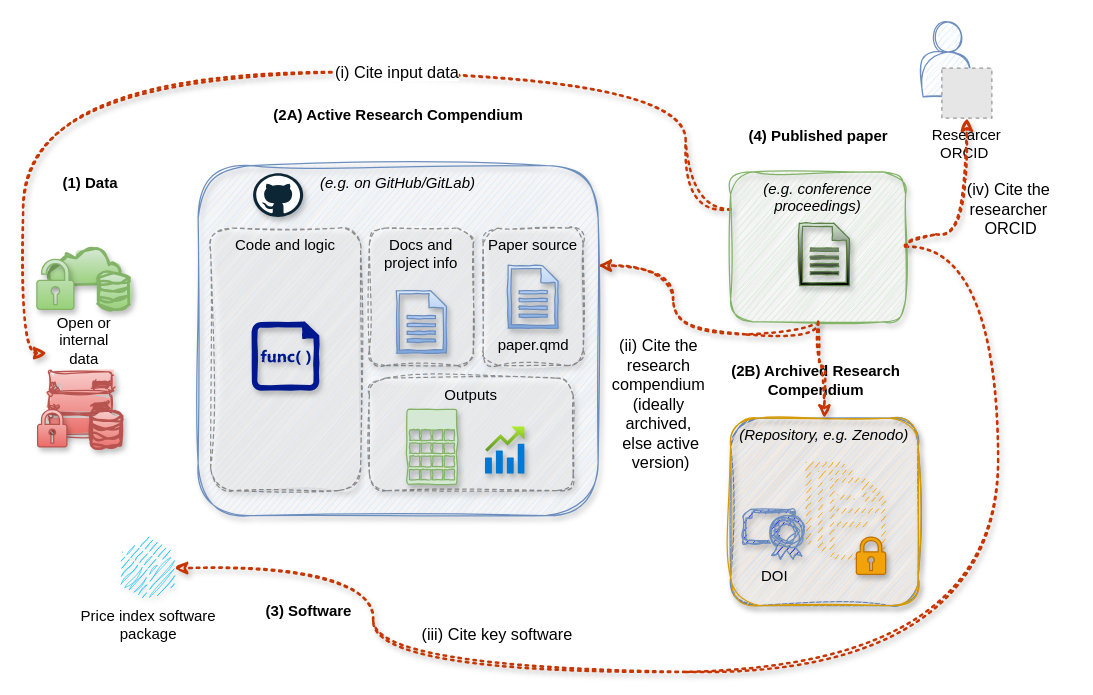
Above: page "2-citation" (3 of 3) of docs/images/reserarch-objects-one-level-deeper.drawio in sergegoussev/reproducibility-project (draw.io), before the change. Source tidied: cells renumbered, new cells numbered last; positions are measured from the earlier drawing's top-left corner, leaving out a move shared by most shapes. Both pictures are drawn from the tidied source at 125%, with x=0, y=0 at pixel (22, 21). Pictures stored in the file or linked from it are replaced by grey dashed boxes.
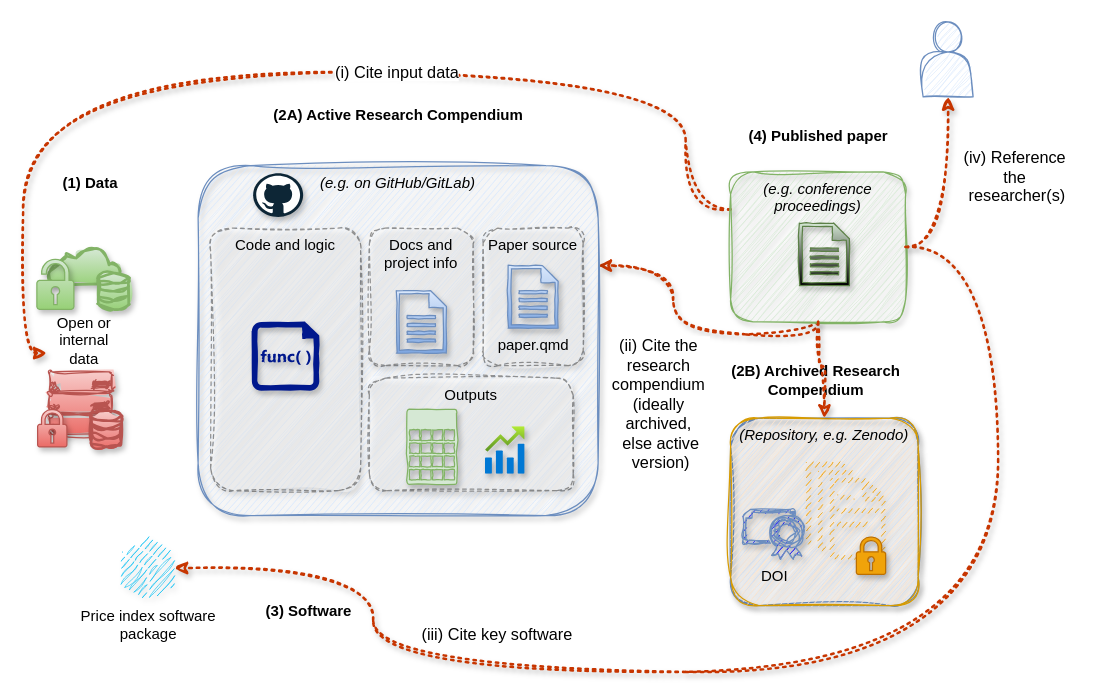
The same page after the edit.

The change refers to these unchanged cells:
```xml
<mxCell id="2" style="shape=actor;whiteSpace=wrap;html=1;labelPosition=center;verticalLabelPosition=bottom;align=center;verticalAlign=top;fillColor=#dae8fc;strokeColor=#6c8ebf;sketch=1;curveFitting=1;jiggle=2;" parent="1" vertex="1">
  <mxGeometry x="720" width="40" height="60" as="geometry" />
</mxCell>
<mxCell id="6" value="&lt;i&gt;(e.g. conference proceedings)&lt;/i&gt;" style="rounded=1;whiteSpace=wrap;html=1;verticalAlign=top;fillColor=#d5e8d4;strokeColor=#82b366;sketch=1;curveFitting=1;jiggle=2;shadow=1;" parent="1" vertex="1">
  <mxGeometry x="566" y="120" width="140" height="120" as="geometry" />
</mxCell>
```

Change to the diagram source:
```diff
@@
-    <mxCell id="40" value="Researcer&#10;ORCID " style="fillColor=#E6E6E6;strokeColor=#999999;dashed=1;labelPosition=center;verticalLabelPosition=bottom;align=center;verticalAlign=top;" parent="1" vertex="1">
-      <mxGeometry x="735" y="37" width="40" height="40" as="geometry" />
-    </mxCell>
-    <mxCell id="41" value="&lt;span style=&quot;font-size: 13px;&quot;&gt;(iv) Cite the&amp;nbsp;&lt;/span&gt;&lt;div&gt;&lt;span style=&quot;font-size: 13px;&quot;&gt;researcher&amp;nbsp;&lt;/span&gt;&lt;/div&gt;&lt;div&gt;&lt;span style=&quot;font-size: 13px;&quot;&gt;ORCID&lt;/span&gt;&lt;/div&gt;" style="edgeStyle=orthogonalEdgeStyle;rounded=0;jettySize=auto;html=1;dashed=1;dashPattern=1 2;strokeWidth=2;curved=1;fillColor=#fa6800;strokeColor=#C73500;sketch=1;curveFitting=1;jiggle=2;shadow=1;exitX=1;exitY=0.5;exitDx=0;exitDy=0;" parent="1" edge="1" source="6" target="40">
-      <mxGeometry x="0.04" y="-35" relative="1" as="geometry">
+    <mxCell id="41" value="&lt;span style=&quot;font-size: 13px;&quot;&gt;(iv) Reference&amp;nbsp;&lt;/span&gt;&lt;div&gt;&lt;span style=&quot;font-size: 13px;&quot;&gt;the&amp;nbsp;&lt;/span&gt;&lt;div&gt;&lt;span style=&quot;font-size: 13px;&quot;&gt;researcher(s)&lt;/span&gt;&lt;/div&gt;&lt;/div&gt;" style="edgeStyle=orthogonalEdgeStyle;rounded=0;jettySize=auto;html=1;dashed=1;dashPattern=1 2;strokeWidth=2;curved=1;fillColor=#fa6800;strokeColor=#C73500;sketch=1;curveFitting=1;jiggle=2;shadow=1;exitX=1;exitY=0.5;exitDx=0;exitDy=0;entryX=0.5;entryY=1;entryDx=0;entryDy=0;" parent="1" edge="1" source="6" target="2">
+      <mxGeometry x="0.17" y="-55" relative="1" as="geometry">
         <Array as="points">
-          <mxPoint x="706" y="170" />
-          <mxPoint x="755" y="170" />
+          <mxPoint x="740" y="180" />
         </Array>
       </mxGeometry>
     </mxCell>
```
